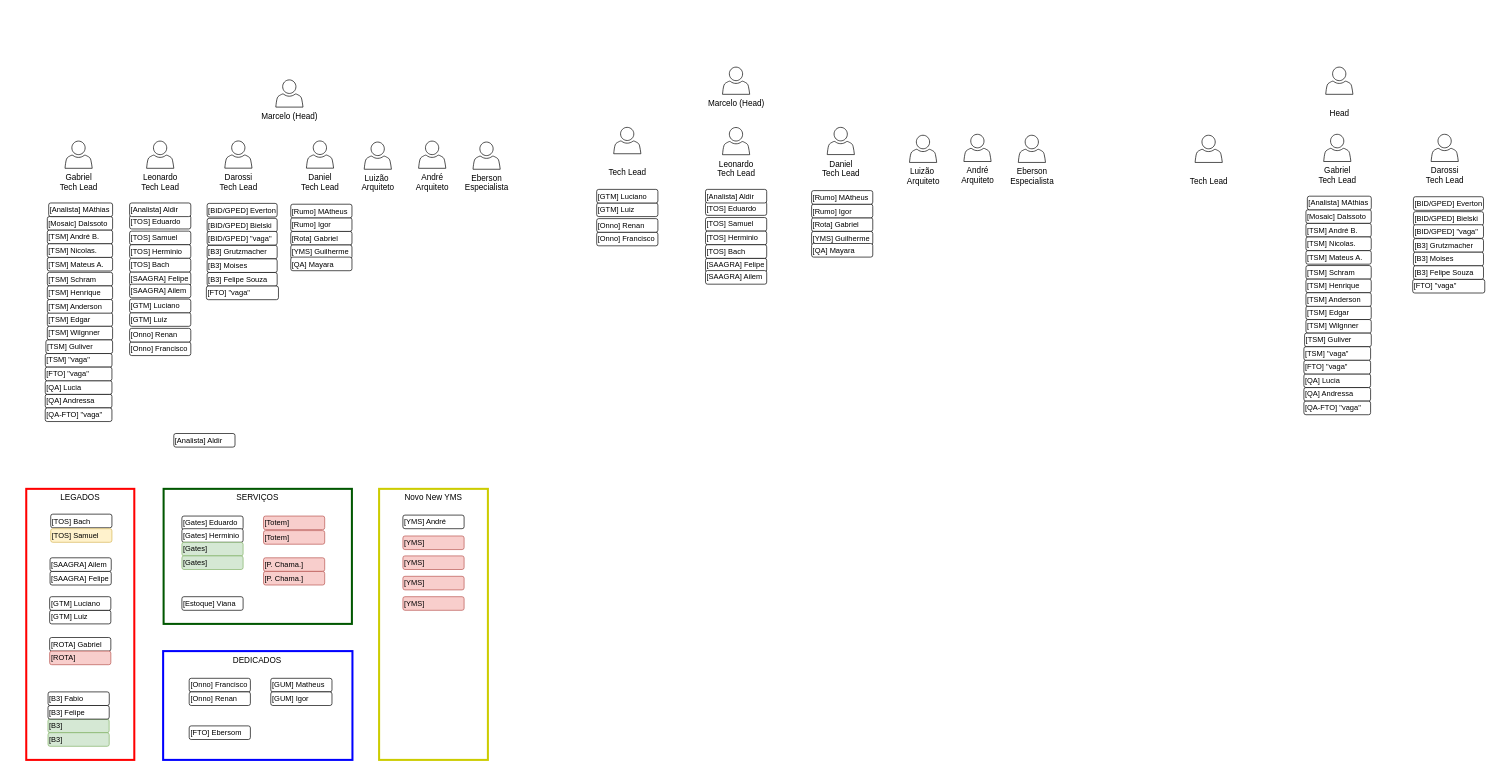
Before: page "Página-7" (7 of 7) of time_org_24.drawio in marcelopedroso/yms_tech, a draw.io diagram. Source tidied: cells renumbered, new cells numbered last; positions are measured from the earlier drawing's top-left corner, leaving out a move shared by most shapes. Both pictures are drawn from the tidied source at 68%, with x=0, y=0 at pixel (26, 67).
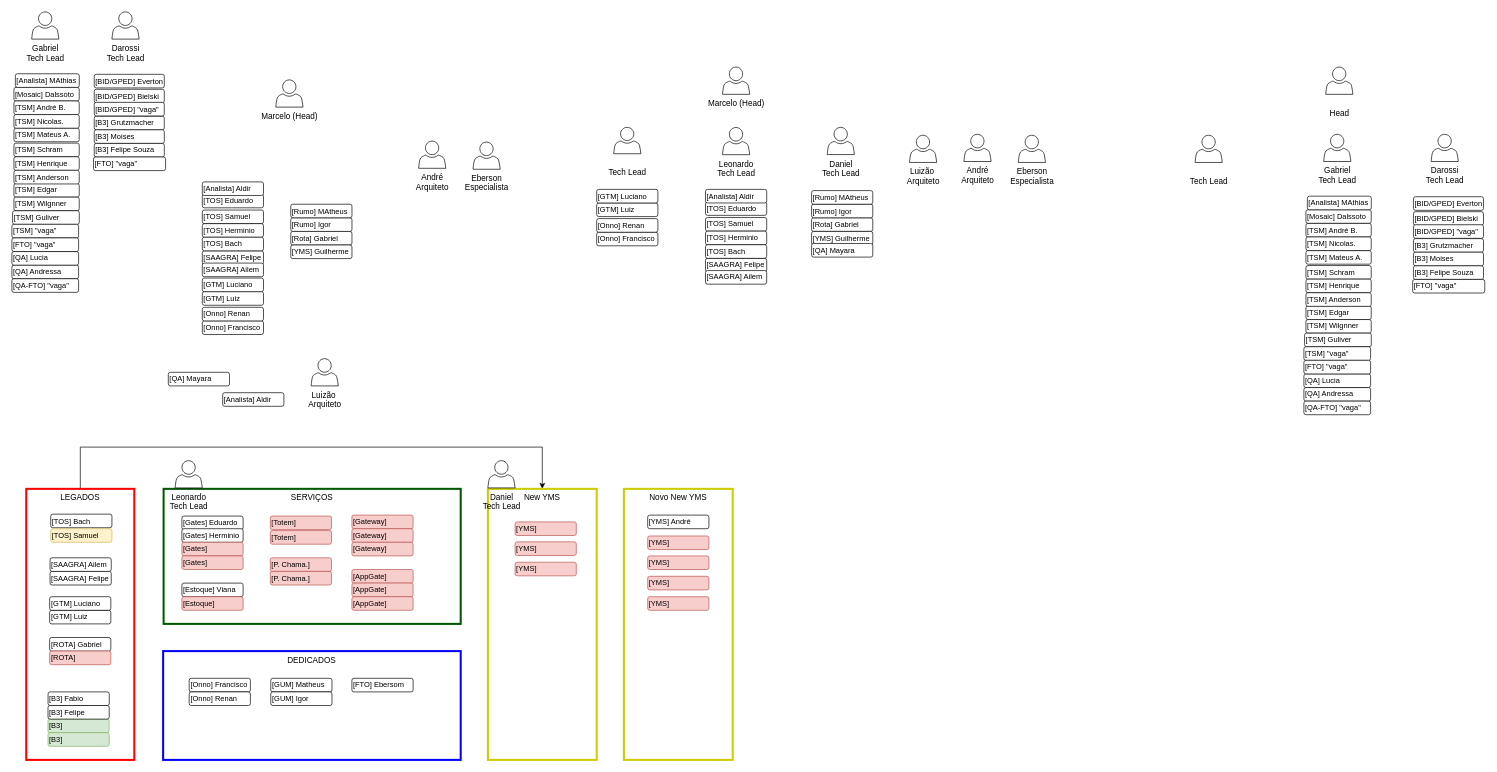
The same page after the edit.

The change refers to these unchanged cells:
```xml
<mxCell id="3" value="LEGADOS" style="rounded=0;whiteSpace=wrap;html=1;fillColor=none;verticalAlign=top;strokeWidth=3;strokeColor=#ff0000;" parent="1" vertex="1">
  <mxGeometry x="0.1" y="620.4" width="158.9" height="398.6" as="geometry" />
</mxCell>
```

The edit, as a diff of the source:
```diff
@@
     <mxCell id="2" value="DEDICADOS" style="rounded=0;whiteSpace=wrap;html=1;fillColor=none;verticalAlign=top;strokeWidth=3;strokeColor=#0000FF;" parent="1" vertex="1">
-      <mxGeometry x="201.4" y="859" width="278.4" height="160" as="geometry" />
+      <mxGeometry x="201.4" y="859" width="437.6" height="160" as="geometry" />
     </mxCell>
+    <mxCell id="135" style="edgeStyle=orthogonalEdgeStyle;rounded=0;jettySize=auto;html=1;entryX=0.5;entryY=0;entryDx=0;entryDy=0;" parent="1" edge="1" source="3" target="129">
+      <mxGeometry relative="1" as="geometry">
+        <Array as="points">
+          <mxPoint x="80" y="559" />
+          <mxPoint x="759" y="559" />
+        </Array>
+      </mxGeometry>
+    </mxCell>
@@
     <mxCell id="4" value="SERVIÇOS" style="rounded=0;whiteSpace=wrap;html=1;fillColor=none;verticalAlign=top;strokeWidth=3;strokeColor=#005700;fontColor=#000000;" parent="1" vertex="1">
-      <mxGeometry x="202.1" y="620.4" width="276.9" height="198.6" as="geometry" />
+      <mxGeometry x="202.1" y="620.4" width="436.9" height="198.6" as="geometry" />
     </mxCell>
@@
     <mxCell id="6" value="Gabriel&lt;div&gt;Tech Lead&lt;br&gt;&lt;/div&gt;" style="sketch=0;shadow=0;dashed=0;html=1;labelPosition=center;verticalLabelPosition=bottom;verticalAlign=top;align=center;shape=mxgraph.office.users.user;" parent="1" vertex="1">
-      <mxGeometry x="57.1" y="109" width="40" height="40" as="geometry" />
+      <mxGeometry x="8.1" y="-81" width="40" height="40" as="geometry" />
     </mxCell>
     <mxCell id="7" value="Leonardo&lt;div&gt;Tech Lead&lt;br&gt;&lt;/div&gt;" style="sketch=0;shadow=0;dashed=0;html=1;labelPosition=center;verticalLabelPosition=bottom;verticalAlign=top;align=center;shape=mxgraph.office.users.user;" parent="1" vertex="1">
-      <mxGeometry x="177.1" y="109" width="40" height="40" as="geometry" />
+      <mxGeometry x="219" y="579" width="40" height="40" as="geometry" />
     </mxCell>
     <mxCell id="8" value="Darossi&lt;div&gt;Tech Lead&lt;/div&gt;" style="sketch=0;shadow=0;dashed=0;html=1;labelPosition=center;verticalLabelPosition=bottom;verticalAlign=top;align=center;shape=mxgraph.office.users.user;" parent="1" vertex="1">
-      <mxGeometry x="292.1" y="108.8" width="40" height="40" as="geometry" />
+      <mxGeometry x="126.1" y="-81" width="40" height="40" as="geometry" />
     </mxCell>
-    <mxCell id="9" value="Daniel&lt;div&gt;Tech Lead&lt;br&gt;&lt;/div&gt;" style="sketch=0;shadow=0;dashed=0;html=1;labelPosition=center;verticalLabelPosition=bottom;verticalAlign=top;align=center;shape=mxgraph.office.users.user;" parent="1" vertex="1">
-      <mxGeometry x="412.1" y="108.8" width="40" height="40" as="geometry" />
-    </mxCell>
     <mxCell id="10" value="[B3] Grutzmacher" style="rounded=1;whiteSpace=wrap;html=1;fontSize=11;align=left;" parent="1" vertex="1">
-      <mxGeometry x="266.1" y="262.2" width="103" height="20" as="geometry" />
+      <mxGeometry x="100.1" y="72.4" width="103" height="20" as="geometry" />
     </mxCell>
     <mxCell id="11" value="[B3] Moises" style="rounded=1;whiteSpace=wrap;html=1;fontSize=11;align=left;" parent="1" vertex="1">
-      <mxGeometry x="266.1" y="282.2" width="103" height="20" as="geometry" />
+      <mxGeometry x="100.1" y="92.4" width="103" height="20" as="geometry" />
     </mxCell>
@@
     <mxCell id="13" value="[B3] Felipe Souza" style="rounded=1;whiteSpace=wrap;html=1;fontSize=11;align=left;" parent="1" vertex="1">
-      <mxGeometry x="266.1" y="302.2" width="103" height="20" as="geometry" />
+      <mxGeometry x="100.1" y="112.4" width="103" height="20" as="geometry" />
     </mxCell>
     <mxCell id="14" value="[TSM] Schram" style="rounded=1;whiteSpace=wrap;html=1;fontSize=11;align=left;" parent="1" vertex="1">
-      <mxGeometry x="31.1" y="302" width="96" height="20" as="geometry" />
+      <mxGeometry x="-18" y="112" width="96" height="20" as="geometry" />
     </mxCell>
     <mxCell id="15" value="[TSM] Edgar" style="rounded=1;whiteSpace=wrap;html=1;fontSize=11;align=left;" parent="1" vertex="1">
-      <mxGeometry x="31.1" y="361.4" width="96" height="20" as="geometry" />
+      <mxGeometry x="-18" y="171.4" width="96" height="20" as="geometry" />
     </mxCell>
     <mxCell id="16" value="[Mosaic] Dalssoto" style="rounded=1;whiteSpace=wrap;html=1;fontSize=11;align=left;" parent="1" vertex="1">
-      <mxGeometry x="31.1" y="220" width="96" height="20" as="geometry" />
+      <mxGeometry x="-18" y="30" width="96" height="20" as="geometry" />
     </mxCell>
     <mxCell id="17" value="[TSM] Mateus A." style="rounded=1;whiteSpace=wrap;html=1;fontSize=11;align=left;" parent="1" vertex="1">
-      <mxGeometry x="31.1" y="280" width="96" height="20" as="geometry" />
+      <mxGeometry x="-18" y="90" width="96" height="20" as="geometry" />
     </mxCell>
     <mxCell id="18" value="[TSM] André B." style="rounded=1;whiteSpace=wrap;html=1;fontSize=11;align=left;" parent="1" vertex="1">
-      <mxGeometry x="31.1" y="240" width="96" height="20" as="geometry" />
+      <mxGeometry x="-18" y="50" width="96" height="20" as="geometry" />
     </mxCell>
     <mxCell id="19" value="[TSM] Nicolas." style="rounded=1;whiteSpace=wrap;html=1;fontSize=11;align=left;" parent="1" vertex="1">
-      <mxGeometry x="31.1" y="260" width="96" height="20" as="geometry" />
+      <mxGeometry x="-18" y="70" width="96" height="20" as="geometry" />
     </mxCell>
     <mxCell id="20" value="[TSM] Henrique" style="rounded=1;whiteSpace=wrap;html=1;fontSize=11;align=left;" parent="1" vertex="1">
-      <mxGeometry x="31.1" y="322" width="96" height="20" as="geometry" />
+      <mxGeometry x="-18" y="132" width="96" height="20" as="geometry" />
     </mxCell>
     <mxCell id="21" value="[TSM] Anderson" style="rounded=1;whiteSpace=wrap;html=1;fontSize=11;align=left;" parent="1" vertex="1">
-      <mxGeometry x="31.1" y="342" width="96" height="20" as="geometry" />
+      <mxGeometry x="-18" y="152" width="96" height="20" as="geometry" />
     </mxCell>
     <mxCell id="22" value="[QA] Andressa" style="rounded=1;whiteSpace=wrap;html=1;fontSize=11;align=left;" parent="1" vertex="1">
-      <mxGeometry x="28" y="481.4" width="98.1" height="20" as="geometry" />
+      <mxGeometry x="-21" y="291.4" width="98.1" height="20" as="geometry" />
     </mxCell>
     <mxCell id="23" value="[QA] Lucia" style="rounded=1;whiteSpace=wrap;html=1;fontSize=11;align=left;" parent="1" vertex="1">
-      <mxGeometry x="28" y="461.4" width="98.1" height="20" as="geometry" />
+      <mxGeometry x="-21" y="271.4" width="98.1" height="20" as="geometry" />
     </mxCell>
     <mxCell id="24" value="[TOS] Samuel" style="rounded=1;whiteSpace=wrap;html=1;fontSize=11;align=left;" parent="1" vertex="1">
-      <mxGeometry x="152.1" y="241.4" width="90" height="20" as="geometry" />
+      <mxGeometry x="259" y="210.4" width="90" height="20" as="geometry" />
     </mxCell>
     <mxCell id="25" value="[TOS] Eduardo" style="rounded=1;whiteSpace=wrap;html=1;fontSize=11;align=left;" parent="1" vertex="1">
-      <mxGeometry x="152.1" y="218.2" width="90" height="20" as="geometry" />
+      <mxGeometry x="259" y="187.1" width="90" height="20" as="geometry" />
     </mxCell>
     <mxCell id="26" value="[GTM] Luiz" style="rounded=1;whiteSpace=wrap;html=1;fontSize=11;align=left;" parent="1" vertex="1">
-      <mxGeometry x="152.1" y="361.4" width="90" height="20" as="geometry" />
+      <mxGeometry x="259" y="330.4" width="90" height="20" as="geometry" />
     </mxCell>
     <mxCell id="27" value="[SAAGRA] Felipe" style="rounded=1;whiteSpace=wrap;html=1;fontSize=11;align=left;" parent="1" vertex="1">
-      <mxGeometry x="152.1" y="301.4" width="90" height="20" as="geometry" />
+      <mxGeometry x="259" y="270.4" width="90" height="20" as="geometry" />
     </mxCell>
     <mxCell id="28" value="[GTM] Luciano" style="rounded=1;whiteSpace=wrap;html=1;fontSize=11;align=left;" parent="1" vertex="1">
-      <mxGeometry x="152.1" y="341.4" width="90" height="20" as="geometry" />
+      <mxGeometry x="259" y="310.4" width="90" height="20" as="geometry" />
     </mxCell>
     <mxCell id="29" value="[SAAGRA] Ailem" style="rounded=1;whiteSpace=wrap;html=1;fontSize=11;align=left;" parent="1" vertex="1">
-      <mxGeometry x="152.1" y="319.4" width="90" height="20" as="geometry" />
+      <mxGeometry x="259" y="288.4" width="90" height="20" as="geometry" />
     </mxCell>
     <mxCell id="30" value="[TOS] Herminio" style="rounded=1;whiteSpace=wrap;html=1;fontSize=11;align=left;" parent="1" vertex="1">
-      <mxGeometry x="152.1" y="261.4" width="90" height="20" as="geometry" />
+      <mxGeometry x="259" y="230.4" width="90" height="20" as="geometry" />
     </mxCell>
     <mxCell id="31" value="[TOS] Bach" style="rounded=1;whiteSpace=wrap;html=1;fontSize=11;align=left;" parent="1" vertex="1">
-      <mxGeometry x="152.1" y="281.4" width="90" height="20" as="geometry" />
+      <mxGeometry x="259" y="250.4" width="90" height="20" as="geometry" />
     </mxCell>
     <mxCell id="32" value="[Onno] Francisco" style="rounded=1;whiteSpace=wrap;html=1;fontSize=11;align=left;" parent="1" vertex="1">
-      <mxGeometry x="152.1" y="404.4" width="90" height="20" as="geometry" />
+      <mxGeometry x="259" y="373.4" width="90" height="20" as="geometry" />
     </mxCell>
     <mxCell id="33" value="[Onno] Renan" style="rounded=1;whiteSpace=wrap;html=1;fontSize=11;align=left;" parent="1" vertex="1">
-      <mxGeometry x="152.1" y="384.4" width="90" height="20" as="geometry" />
+      <mxGeometry x="259" y="353.4" width="90" height="20" as="geometry" />
     </mxCell>
     <mxCell id="34" value="[Analista] Aldir" style="rounded=1;whiteSpace=wrap;html=1;fontSize=11;align=left;" parent="1" vertex="1">
-      <mxGeometry x="152.1" y="200" width="90" height="20" as="geometry" />
+      <mxGeometry x="259" y="169" width="90" height="20" as="geometry" />
     </mxCell>
     <mxCell id="35" value="[Analista] MAthias" style="rounded=1;whiteSpace=wrap;html=1;fontSize=11;align=left;" parent="1" vertex="1">
-      <mxGeometry x="33.1" y="200" width="94" height="20" as="geometry" />
+      <mxGeometry x="-15.9" y="10" width="94" height="20" as="geometry" />
     </mxCell>
     <mxCell id="36" value="[BID/GPED] Bielski" style="rounded=1;whiteSpace=wrap;html=1;fontSize=11;align=left;" parent="1" vertex="1">
-      <mxGeometry x="266.1" y="222.6" width="103" height="20" as="geometry" />
+      <mxGeometry x="100.1" y="32.8" width="103" height="20" as="geometry" />
     </mxCell>
     <mxCell id="37" value="[BID/GPED] Everton" style="rounded=1;whiteSpace=wrap;html=1;fontSize=11;align=left;" parent="1" vertex="1">
-      <mxGeometry x="266.1" y="200.6" width="103" height="20" as="geometry" />
+      <mxGeometry x="100.1" y="10.8" width="103" height="20" as="geometry" />
     </mxCell>
@@
     <mxCell id="43" value="Luizão&amp;nbsp;&lt;div&gt;Arquiteto&lt;/div&gt;" style="sketch=0;shadow=0;dashed=0;html=1;labelPosition=center;verticalLabelPosition=bottom;verticalAlign=top;align=center;shape=mxgraph.office.users.user;" parent="1" vertex="1">
-      <mxGeometry x="497.1" y="110.4" width="40" height="40" as="geometry" />
+      <mxGeometry x="419" y="429" width="40" height="40" as="geometry" />
     </mxCell>
     <mxCell id="44" value="[TSM] Wilgnner" style="rounded=1;whiteSpace=wrap;html=1;fontSize=11;align=left;" parent="1" vertex="1">
-      <mxGeometry x="31.1" y="381.4" width="96" height="20" as="geometry" />
+      <mxGeometry x="-18" y="191.4" width="96" height="20" as="geometry" />
     </mxCell>
     <mxCell id="45" value="[TSM] Guliver" style="rounded=1;whiteSpace=wrap;html=1;fontSize=11;align=left;" parent="1" vertex="1">
-      <mxGeometry x="29" y="401.4" width="98.1" height="20" as="geometry" />
+      <mxGeometry x="-20" y="211.4" width="98.1" height="20" as="geometry" />
     </mxCell>
     <mxCell id="46" value="[QA] Mayara" style="rounded=1;whiteSpace=wrap;html=1;fontSize=11;align=left;" parent="1" vertex="1">
-      <mxGeometry x="389.1" y="279.6" width="90" height="20" as="geometry" />
+      <mxGeometry x="209" y="449" width="90" height="20" as="geometry" />
     </mxCell>
     <mxCell id="47" value="[BID/GPED] &quot;vaga&quot;" style="rounded=1;whiteSpace=wrap;html=1;fontSize=11;align=left;" parent="1" vertex="1">
-      <mxGeometry x="266.1" y="241.8" width="103" height="20" as="geometry" />
+      <mxGeometry x="100.1" y="52" width="103" height="20" as="geometry" />
     </mxCell>
     <mxCell id="48" value="[TSM] &quot;vaga&quot;" style="rounded=1;whiteSpace=wrap;html=1;fontSize=11;align=left;" parent="1" vertex="1">
-      <mxGeometry x="28.1" y="421.4" width="98.1" height="20" as="geometry" />
+      <mxGeometry x="-21" y="231.4" width="98.1" height="20" as="geometry" />
     </mxCell>
     <mxCell id="49" value="[FTO] &quot;vaga&quot;" style="rounded=1;whiteSpace=wrap;html=1;fontSize=11;align=left;" parent="1" vertex="1">
-      <mxGeometry x="28" y="441.4" width="98.1" height="20" as="geometry" />
+      <mxGeometry x="-21" y="251.4" width="98.1" height="20" as="geometry" />
     </mxCell>
     <mxCell id="50" value="[FTO] &quot;vaga&quot;" style="rounded=1;whiteSpace=wrap;html=1;fontSize=11;align=left;" parent="1" vertex="1">
-      <mxGeometry x="265" y="322.2" width="106" height="20" as="geometry" />
+      <mxGeometry x="99" y="132.4" width="106" height="20" as="geometry" />
     </mxCell>
     <mxCell id="51" value="[QA-FTO] &quot;vaga&quot;" style="rounded=1;whiteSpace=wrap;html=1;fontSize=11;align=left;" parent="1" vertex="1">
-      <mxGeometry x="28" y="501.4" width="98.1" height="20" as="geometry" />
+      <mxGeometry x="-21" y="311.4" width="98.1" height="20" as="geometry" />
     </mxCell>
@@
     <mxCell id="111" value="[Analista] Aldir" style="rounded=1;whiteSpace=wrap;html=1;fontSize=11;align=left;" parent="1" vertex="1">
-      <mxGeometry x="217.1" y="539" width="90" height="20" as="geometry" />
+      <mxGeometry x="289" y="479" width="90" height="20" as="geometry" />
     </mxCell>
     <mxCell id="112" value="[Totem]&amp;nbsp;" style="rounded=1;whiteSpace=wrap;html=1;fontSize=11;align=left;fillColor=#f8cecc;strokeColor=#b85450;" parent="1" vertex="1">
-      <mxGeometry x="349" y="660.4" width="90" height="20" as="geometry" />
+      <mxGeometry x="359" y="660.4" width="90" height="20" as="geometry" />
     </mxCell>
     <mxCell id="113" value="[Totem]&amp;nbsp;" style="rounded=1;whiteSpace=wrap;html=1;fontSize=11;align=left;fillColor=#f8cecc;strokeColor=#b85450;" parent="1" vertex="1">
-      <mxGeometry x="349" y="681.8" width="90" height="20" as="geometry" />
+      <mxGeometry x="359" y="681.8" width="90" height="20" as="geometry" />
     </mxCell>
     <mxCell id="114" value="[P. Chama.]&amp;nbsp;" style="rounded=1;whiteSpace=wrap;html=1;fontSize=11;align=left;fillColor=#f8cecc;strokeColor=#b85450;" parent="1" vertex="1">
-      <mxGeometry x="349" y="721.8" width="90" height="20" as="geometry" />
+      <mxGeometry x="359" y="721.8" width="90" height="20" as="geometry" />
     </mxCell>
     <mxCell id="115" value="[P. Chama.]&amp;nbsp;" style="rounded=1;whiteSpace=wrap;html=1;fontSize=11;align=left;fillColor=#f8cecc;strokeColor=#b85450;" parent="1" vertex="1">
-      <mxGeometry x="349" y="741.8" width="90" height="20" as="geometry" />
+      <mxGeometry x="359" y="741.8" width="90" height="20" as="geometry" />
     </mxCell>
-    <mxCell id="116" value="[Gates]&amp;nbsp;" style="rounded=1;whiteSpace=wrap;html=1;fontSize=11;align=left;fillColor=#d5e8d4;strokeColor=#82b366;" parent="1" vertex="1">
+    <mxCell id="116" value="[Gates]&amp;nbsp;" style="rounded=1;whiteSpace=wrap;html=1;fontSize=11;align=left;fillColor=#f8cecc;strokeColor=#b85450;" parent="1" vertex="1">
       <mxGeometry x="229" y="699" width="90" height="20" as="geometry" />
     </mxCell>
-    <mxCell id="117" value="[Gates]&amp;nbsp;" style="rounded=1;whiteSpace=wrap;html=1;fontSize=11;align=left;fillColor=#d5e8d4;strokeColor=#82b366;" parent="1" vertex="1">
+    <mxCell id="117" value="[Gates]&amp;nbsp;" style="rounded=1;whiteSpace=wrap;html=1;fontSize=11;align=left;fillColor=#f8cecc;strokeColor=#b85450;" parent="1" vertex="1">
       <mxGeometry x="229" y="719" width="90" height="20" as="geometry" />
     </mxCell>
@@
     <mxCell id="119" value="[Estoque] Viana" style="rounded=1;whiteSpace=wrap;html=1;fontSize=11;align=left;" parent="1" vertex="1">
-      <mxGeometry x="229" y="779" width="90" height="20" as="geometry" />
+      <mxGeometry x="229" y="759" width="90" height="20" as="geometry" />
     </mxCell>
@@
     <mxCell id="128" value="[FTO] Ebersom" style="rounded=1;whiteSpace=wrap;html=1;fontSize=11;align=left;" parent="1" vertex="1">
-      <mxGeometry x="239.7" y="969" width="90" height="20" as="geometry" />
+      <mxGeometry x="479" y="899" width="90" height="20" as="geometry" />
     </mxCell>
-    <mxCell id="129" value="Novo New YMS" style="rounded=0;whiteSpace=wrap;html=1;fillColor=none;verticalAlign=top;strokeWidth=3;strokeColor=#CCCC00;fontColor=#000000;" parent="1" vertex="1">
-      <mxGeometry x="519" y="620.4" width="160" height="398.6" as="geometry" />
+    <mxCell id="129" value="New YMS" style="rounded=0;whiteSpace=wrap;html=1;fillColor=none;verticalAlign=top;strokeWidth=3;strokeColor=#CCCC00;fontColor=#000000;" parent="1" vertex="1">
+      <mxGeometry x="679" y="620.4" width="160" height="398.6" as="geometry" />
     </mxCell>
+    <mxCell id="136" value="[Estoque]&amp;nbsp;" style="rounded=1;whiteSpace=wrap;html=1;fontSize=11;align=left;fillColor=#f8cecc;strokeColor=#b85450;" parent="1" vertex="1">
+      <mxGeometry x="229" y="779" width="90" height="20" as="geometry" />
+    </mxCell>
+    <mxCell id="137" value="Novo New YMS" style="rounded=0;whiteSpace=wrap;html=1;fillColor=none;verticalAlign=top;strokeWidth=3;strokeColor=#CCCC00;fontColor=#000000;" parent="1" vertex="1">
+      <mxGeometry x="879" y="620.4" width="160" height="398.6" as="geometry" />
+    </mxCell>
     <mxCell id="130" value="[YMS] André" style="rounded=1;whiteSpace=wrap;html=1;fontSize=11;align=left;" parent="1" vertex="1">
-      <mxGeometry x="554" y="659" width="90" height="20" as="geometry" />
+      <mxGeometry x="914" y="659" width="90" height="20" as="geometry" />
     </mxCell>
-    <mxCell id="131" value="[YMS]&amp;nbsp;" style="rounded=1;whiteSpace=wrap;html=1;fontSize=11;align=left;fillColor=#f8cecc;strokeColor=#b85450;" parent="1" vertex="1">
-      <mxGeometry x="554" y="689.7" width="90" height="20" as="geometry" />
-    </mxCell>
-    <mxCell id="132" value="[YMS]&amp;nbsp;" style="rounded=1;whiteSpace=wrap;html=1;fontSize=11;align=left;fillColor=#f8cecc;strokeColor=#b85450;" parent="1" vertex="1">
-      <mxGeometry x="554" y="719" width="90" height="20" as="geometry" />
-    </mxCell>
-    <mxCell id="133" value="[YMS]&amp;nbsp;" style="rounded=1;whiteSpace=wrap;html=1;fontSize=11;align=left;fillColor=#f8cecc;strokeColor=#b85450;" parent="1" vertex="1">
-      <mxGeometry x="554" y="749" width="90" height="20" as="geometry" />
-    </mxCell>
-    <mxCell id="134" value="[YMS]&amp;nbsp;" style="rounded=1;whiteSpace=wrap;html=1;fontSize=11;align=left;fillColor=#f8cecc;strokeColor=#b85450;" parent="1" vertex="1">
-      <mxGeometry x="554" y="779" width="90" height="20" as="geometry" />
-    </mxCell>
+    <mxCell id="138" value="[YMS]&amp;nbsp;" style="rounded=1;whiteSpace=wrap;html=1;fontSize=11;align=left;fillColor=#f8cecc;strokeColor=#b85450;" parent="1" vertex="1">
+      <mxGeometry x="914" y="689.7" width="90" height="20" as="geometry" />
+    </mxCell>
+    <mxCell id="139" value="[YMS]&amp;nbsp;" style="rounded=1;whiteSpace=wrap;html=1;fontSize=11;align=left;fillColor=#f8cecc;strokeColor=#b85450;" parent="1" vertex="1">
+      <mxGeometry x="914" y="719" width="90" height="20" as="geometry" />
+    </mxCell>
+    <mxCell id="140" value="[YMS]&amp;nbsp;" style="rounded=1;whiteSpace=wrap;html=1;fontSize=11;align=left;fillColor=#f8cecc;strokeColor=#b85450;" parent="1" vertex="1">
+      <mxGeometry x="914" y="749" width="90" height="20" as="geometry" />
+    </mxCell>
+    <mxCell id="141" value="[YMS]&amp;nbsp;" style="rounded=1;whiteSpace=wrap;html=1;fontSize=11;align=left;fillColor=#f8cecc;strokeColor=#b85450;" parent="1" vertex="1">
+      <mxGeometry x="914" y="779" width="90" height="20" as="geometry" />
+    </mxCell>
+    <mxCell id="142" value="[Gateway]&amp;nbsp;" style="rounded=1;whiteSpace=wrap;html=1;fontSize=11;align=left;fillColor=#f8cecc;strokeColor=#b85450;" parent="1" vertex="1">
+      <mxGeometry x="479" y="659" width="90" height="20" as="geometry" />
+    </mxCell>
+    <mxCell id="143" value="[Gateway]&amp;nbsp;" style="rounded=1;whiteSpace=wrap;html=1;fontSize=11;align=left;fillColor=#f8cecc;strokeColor=#b85450;" parent="1" vertex="1">
+      <mxGeometry x="479" y="679" width="90" height="20" as="geometry" />
+    </mxCell>
+    <mxCell id="144" value="[Gateway]&amp;nbsp;" style="rounded=1;whiteSpace=wrap;html=1;fontSize=11;align=left;fillColor=#f8cecc;strokeColor=#b85450;" parent="1" vertex="1">
+      <mxGeometry x="479" y="699" width="90" height="20" as="geometry" />
+    </mxCell>
+    <mxCell id="145" value="[AppGate]&amp;nbsp;" style="rounded=1;whiteSpace=wrap;html=1;fontSize=11;align=left;fillColor=#f8cecc;strokeColor=#b85450;" parent="1" vertex="1">
+      <mxGeometry x="479" y="739" width="90" height="20" as="geometry" />
+    </mxCell>
+    <mxCell id="146" value="[AppGate]&amp;nbsp;" style="rounded=1;whiteSpace=wrap;html=1;fontSize=11;align=left;fillColor=#f8cecc;strokeColor=#b85450;" parent="1" vertex="1">
+      <mxGeometry x="479" y="759" width="90" height="20" as="geometry" />
+    </mxCell>
+    <mxCell id="147" value="[AppGate]&amp;nbsp;" style="rounded=1;whiteSpace=wrap;html=1;fontSize=11;align=left;fillColor=#f8cecc;strokeColor=#b85450;" parent="1" vertex="1">
+      <mxGeometry x="479" y="779" width="90" height="20" as="geometry" />
+    </mxCell>
+    <mxCell id="9" value="Daniel&lt;div&gt;Tech Lead&lt;br&gt;&lt;/div&gt;" style="sketch=0;shadow=0;dashed=0;html=1;labelPosition=center;verticalLabelPosition=bottom;verticalAlign=top;align=center;shape=mxgraph.office.users.user;" parent="1" vertex="1">
+      <mxGeometry x="679" y="579" width="40" height="40" as="geometry" />
+    </mxCell>
+    <mxCell id="148" value="[YMS]&amp;nbsp;" style="rounded=1;whiteSpace=wrap;html=1;fontSize=11;align=left;fillColor=#f8cecc;strokeColor=#b85450;" parent="1" vertex="1">
+      <mxGeometry x="719" y="669" width="90" height="20" as="geometry" />
+    </mxCell>
+    <mxCell id="149" value="[YMS]&amp;nbsp;" style="rounded=1;whiteSpace=wrap;html=1;fontSize=11;align=left;fillColor=#f8cecc;strokeColor=#b85450;" parent="1" vertex="1">
+      <mxGeometry x="719" y="698.3" width="90" height="20" as="geometry" />
+    </mxCell>
+    <mxCell id="150" value="[YMS]&amp;nbsp;" style="rounded=1;whiteSpace=wrap;html=1;fontSize=11;align=left;fillColor=#f8cecc;strokeColor=#b85450;" parent="1" vertex="1">
+      <mxGeometry x="719" y="728.3" width="90" height="20" as="geometry" />
+    </mxCell>
```
